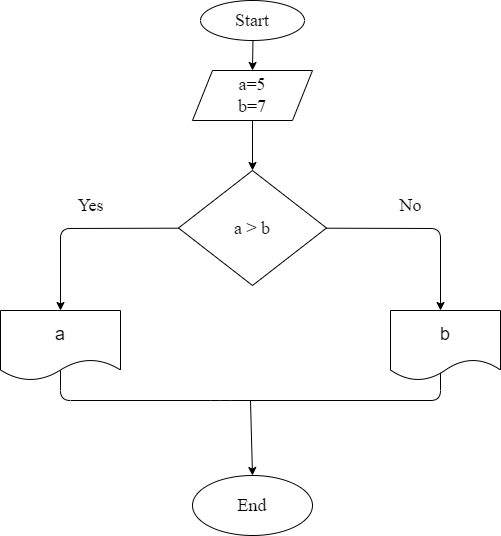
Fearenok/Homework keeps this draw.io diagram as Ex002/ex002.drawio.png. Above is the earlier version. Source tidied: cells renumbered, new cells last; positions are measured from the earlier drawing's top-left corner, leaving out a move shared by most shapes.
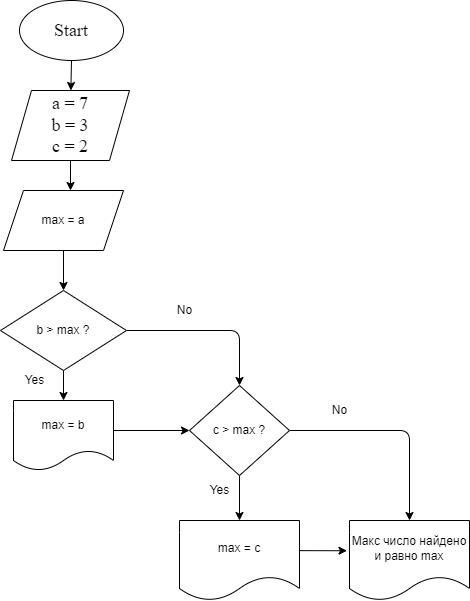
The same diagram one commit later.

Commit message:
Переделал блок схему ко второй дз

Diff of the diagram source:
```diff
@@ -6,63 +6,82 @@
       <mxGeometry relative="1" as="geometry" />
     </mxCell>
     <mxCell id="3" value="Start" style="ellipse;whiteSpace=wrap;html=1;fontFamily=Times New Roman;fontSize=18;" parent="1" vertex="1">
-      <mxGeometry x="200" width="104" height="40" as="geometry" />
+      <mxGeometry x="200" y="-20" width="104" height="60" as="geometry" />
     </mxCell>
-    <mxCell id="4" style="edgeStyle=none;html=1;fontFamily=Times New Roman;fontSize=18;" parent="1" edge="1" source="5" target="8">
-      <mxGeometry relative="1" as="geometry" />
+    <mxCell id="4" style="edgeStyle=none;html=1;fontFamily=Times New Roman;fontSize=18;" parent="1" edge="1" source="5">
+      <mxGeometry relative="1" as="geometry">
+        <mxPoint x="251" y="170" as="targetPoint" />
+      </mxGeometry>
     </mxCell>
-    <mxCell id="5" value="a=5&lt;br&gt;b=7" style="shape=parallelogram;perimeter=parallelogramPerimeter;whiteSpace=wrap;html=1;fixedSize=1;fontSize=18;fontFamily=Times New Roman;" parent="1" vertex="1">
-      <mxGeometry x="192" y="70" width="120" height="50" as="geometry" />
+    <mxCell id="5" value="a = 7&lt;br&gt;b = 3&lt;br&gt;c = 2" style="shape=parallelogram;perimeter=parallelogramPerimeter;whiteSpace=wrap;html=1;fixedSize=1;fontSize=18;fontFamily=Times New Roman;" parent="1" vertex="1">
+      <mxGeometry x="192" y="70" width="118" height="70" as="geometry" />
     </mxCell>
-    <mxCell id="6" style="edgeStyle=none;html=1;fontFamily=Times New Roman;fontSize=18;" parent="1" edge="1" source="8">
-      <mxGeometry relative="1" as="geometry">
-        <mxPoint x="60" y="310" as="targetPoint" />
-        <Array as="points">
-          <mxPoint x="60" y="228" />
-        </Array>
-      </mxGeometry>
-    </mxCell>
-    <mxCell id="7" style="edgeStyle=none;html=1;fontFamily=Times New Roman;fontSize=18;" parent="1" edge="1" source="8">
-      <mxGeometry relative="1" as="geometry">
-        <mxPoint x="440" y="310" as="targetPoint" />
-        <Array as="points">
-          <mxPoint x="440" y="228" />
-        </Array>
-      </mxGeometry>
-    </mxCell>
-    <mxCell id="8" value="a &amp;gt; b" style="rhombus;whiteSpace=wrap;html=1;fontSize=18;fontFamily=Times New Roman;" parent="1" vertex="1">
-      <mxGeometry x="178" y="170" width="148" height="115" as="geometry" />
-    </mxCell>
-    <mxCell id="9" value="Yes" style="text;html=1;align=center;verticalAlign=middle;strokeColor=none;fillColor=none;fontSize=18;fontFamily=Times New Roman;" parent="1" vertex="1">
-      <mxGeometry x="70" y="190" width="40" height="30" as="geometry" />
-    </mxCell>
-    <mxCell id="10" value="No" style="text;html=1;align=center;verticalAlign=middle;strokeColor=none;fillColor=none;fontSize=18;fontFamily=Times New Roman;" parent="1" vertex="1">
-      <mxGeometry x="390" y="190" width="40" height="30" as="geometry" />
-    </mxCell>
-    <mxCell id="11" value="End" style="ellipse;whiteSpace=wrap;html=1;fontFamily=Times New Roman;fontSize=18;" parent="1" vertex="1">
-      <mxGeometry x="192" y="475" width="120" height="60" as="geometry" />
-    </mxCell>
-    <mxCell id="12" style="endArrow=none;html=1;fontFamily=Times New Roman;fontSize=18;entryX=0.5;entryY=1;entryDx=0;entryDy=0;exitX=0.5;exitY=1;exitDx=0;exitDy=0;" parent="1" edge="1">
-      <mxGeometry relative="1" as="geometry">
-        <mxPoint x="60" y="370" as="sourcePoint" />
-        <mxPoint x="440" y="370" as="targetPoint" />
-        <Array as="points">
-          <mxPoint x="60" y="400" />
-          <mxPoint x="220" y="400" />
-          <mxPoint x="440" y="400" />
-        </Array>
-      </mxGeometry>
-    </mxCell>
-    <mxCell id="13" style="endArrow=classic;html=1;fontFamily=Times New Roman;fontSize=18;entryX=0.5;entryY=0;entryDx=0;entryDy=0;" parent="1" edge="1" target="11">
-      <mxGeometry relative="1" as="geometry">
-        <mxPoint x="250" y="400" as="sourcePoint" />
-      </mxGeometry>
-    </mxCell>
-    <mxCell id="14" value="&lt;font style=&quot;font-size: 18px&quot;&gt;a&lt;/font&gt;" style="shape=document;whiteSpace=wrap;html=1;boundedLbl=1;" parent="1" vertex="1">
-      <mxGeometry y="310" width="120" height="70" as="geometry" />
-    </mxCell>
-    <mxCell id="15" value="&lt;font style=&quot;font-size: 18px&quot;&gt;b&lt;/font&gt;" style="shape=document;whiteSpace=wrap;html=1;boundedLbl=1;" parent="1" vertex="1">
-      <mxGeometry x="390" y="310" width="110" height="70" as="geometry" />
-    </mxCell>
+    <mxCell id="16" style="edgeStyle=none;html=1;" parent="1" edge="1" source="17" target="20">
+      <mxGeometry relative="1" as="geometry" />
+    </mxCell>
+    <mxCell id="17" value="max = a" style="shape=parallelogram;perimeter=parallelogramPerimeter;whiteSpace=wrap;html=1;fixedSize=1;" parent="1" vertex="1">
+      <mxGeometry x="184" y="170" width="120" height="60" as="geometry" />
+    </mxCell>
+    <mxCell id="18" style="edgeStyle=none;html=1;" parent="1" edge="1" source="20">
+      <mxGeometry relative="1" as="geometry">
+        <mxPoint x="244" y="380" as="targetPoint" />
+      </mxGeometry>
+    </mxCell>
+    <mxCell id="19" style="edgeStyle=none;html=1;" parent="1" edge="1" source="20" target="24">
+      <mxGeometry relative="1" as="geometry">
+        <Array as="points">
+          <mxPoint x="420" y="310" />
+        </Array>
+      </mxGeometry>
+    </mxCell>
+    <mxCell id="20" value="b &amp;gt; max ?" style="rhombus;whiteSpace=wrap;html=1;" parent="1" vertex="1">
+      <mxGeometry x="181" y="270" width="126" height="80" as="geometry" />
+    </mxCell>
+    <mxCell id="21" style="edgeStyle=none;html=1;exitX=1;exitY=0.5;exitDx=0;exitDy=0;" parent="1" edge="1" target="24">
+      <mxGeometry relative="1" as="geometry">
+        <mxPoint x="294" y="410" as="sourcePoint" />
+      </mxGeometry>
+    </mxCell>
+    <mxCell id="22" style="edgeStyle=none;html=1;" parent="1" edge="1" source="24">
+      <mxGeometry relative="1" as="geometry">
+        <mxPoint x="420" y="500" as="targetPoint" />
+      </mxGeometry>
+    </mxCell>
+    <mxCell id="23" style="edgeStyle=none;html=1;" parent="1" edge="1" source="24" target="28">
+      <mxGeometry relative="1" as="geometry">
+        <Array as="points">
+          <mxPoint x="590" y="410" />
+        </Array>
+      </mxGeometry>
+    </mxCell>
+    <mxCell id="24" value="c &amp;gt; max ?" style="rhombus;whiteSpace=wrap;html=1;" parent="1" vertex="1">
+      <mxGeometry x="370" y="365" width="100" height="90" as="geometry" />
+    </mxCell>
+    <mxCell id="25" value="Yes" style="text;html=1;align=center;verticalAlign=middle;strokeColor=none;fillColor=none;" parent="1" vertex="1">
+      <mxGeometry x="200" y="350" width="30" height="20" as="geometry" />
+    </mxCell>
+    <mxCell id="26" value="No" style="text;html=1;align=center;verticalAlign=middle;strokeColor=none;fillColor=none;" parent="1" vertex="1">
+      <mxGeometry x="350" y="280" width="30" height="20" as="geometry" />
+    </mxCell>
+    <mxCell id="27" style="edgeStyle=none;html=1;entryX=-0.021;entryY=0.378;entryDx=0;entryDy=0;entryPerimeter=0;" parent="1" edge="1" target="28">
+      <mxGeometry relative="1" as="geometry">
+        <mxPoint x="470" y="530.1" as="sourcePoint" />
+      </mxGeometry>
+    </mxCell>
+    <mxCell id="28" value="Макс число найдено и равно max" style="shape=document;whiteSpace=wrap;html=1;boundedLbl=1;" parent="1" vertex="1">
+      <mxGeometry x="530" y="500" width="120" height="80" as="geometry" />
+    </mxCell>
+    <mxCell id="29" value="No" style="text;html=1;align=center;verticalAlign=middle;strokeColor=none;fillColor=none;" parent="1" vertex="1">
+      <mxGeometry x="505" y="380" width="30" height="20" as="geometry" />
+    </mxCell>
+    <mxCell id="30" value="Yes" style="text;html=1;align=center;verticalAlign=middle;strokeColor=none;fillColor=none;" parent="1" vertex="1">
+      <mxGeometry x="385" y="460" width="30" height="20" as="geometry" />
+    </mxCell>
+    <mxCell id="31" value="max = b" style="shape=document;whiteSpace=wrap;html=1;boundedLbl=1;size=0.2857142857142857;" parent="1" vertex="1">
+      <mxGeometry x="194" y="380" width="100" height="70" as="geometry" />
+    </mxCell>
+    <mxCell id="32" value="max = c" style="shape=document;whiteSpace=wrap;html=1;boundedLbl=1;" parent="1" vertex="1">
+      <mxGeometry x="360" y="500" width="120" height="80" as="geometry" />
+    </mxCell>
   </root>
 </mxGraphModel>
```
